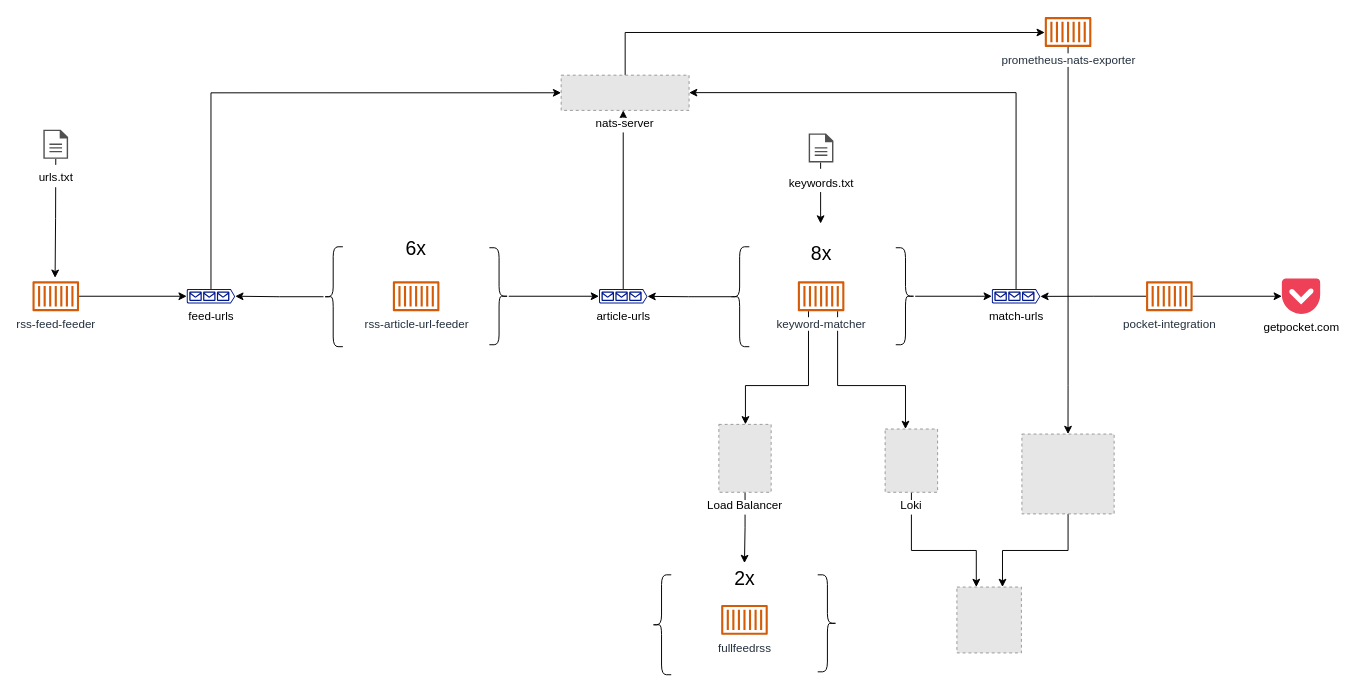
Above: architecture.drawio in heussd/nats-news-analysis (draw.io), before the change. Source tidied: cells renumbered, new cells numbered last; positions are measured from the earlier drawing's top-left corner, leaving out a move shared by most shapes. Both pictures are drawn from the tidied source at 97%, with x=0, y=0 at pixel (32, 16). Pictures stored in the file or linked from it are replaced by grey dashed boxes.
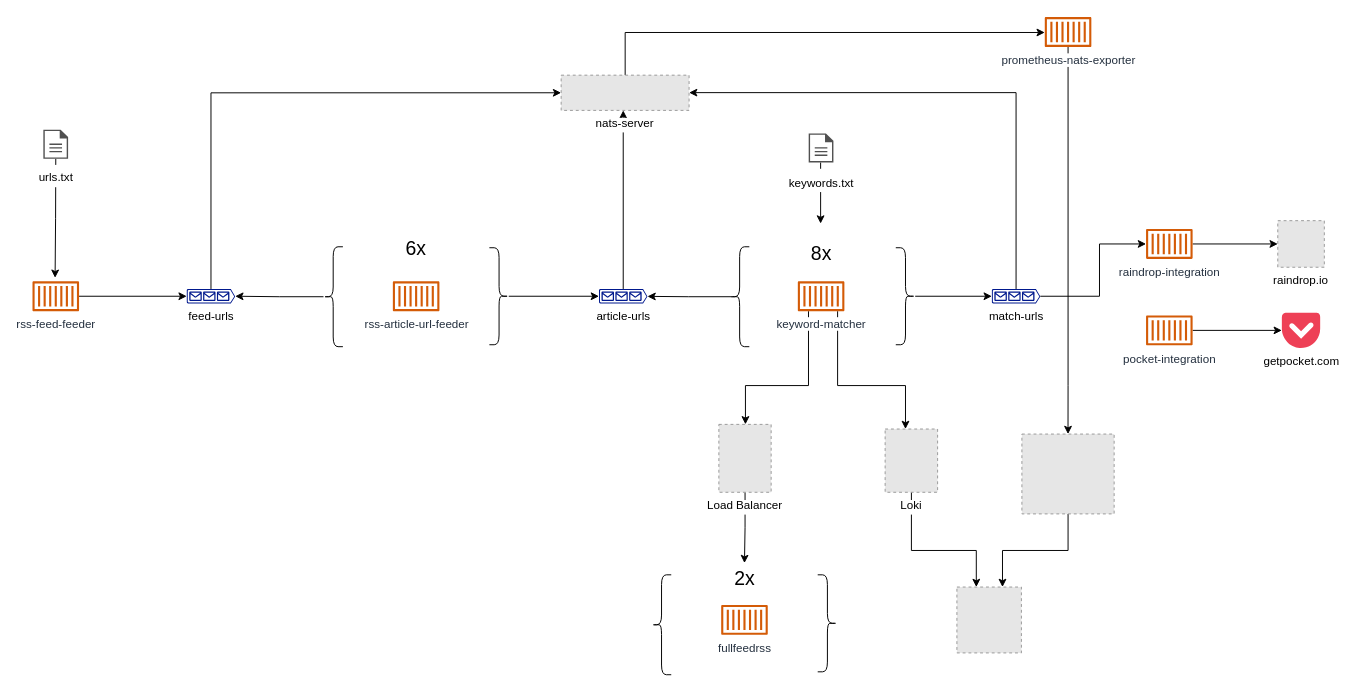
The same page after the edit.

Unchanged cells that the change refers to:
```xml
<mxCell id="15" value="match-urls" style="sketch=0;shadow=0;dashed=0;html=1;strokeColor=none;labelPosition=center;verticalLabelPosition=bottom;verticalAlign=top;align=center;fillColor=#00188D;shape=mxgraph.azure.queue_generic;" parent="1" vertex="1">
  <mxGeometry x="989" y="280.4" width="50" height="15" as="geometry" />
</mxCell>
```

Change to the diagram source:
```diff
@@
-    <mxCell id="13" style="edgeStyle=orthogonalEdgeStyle;rounded=0;jettySize=auto;html=1;entryX=1;entryY=0.51;entryDx=0;entryDy=0;entryPerimeter=0;" parent="1" edge="1" source="17" target="15">
-      <mxGeometry relative="1" as="geometry" />
-    </mxCell>
@@
+    <mxCell id="47" style="edgeStyle=orthogonalEdgeStyle;rounded=0;jettySize=auto;html=1;" parent="1" edge="1" source="15" target="50">
+      <mxGeometry relative="1" as="geometry">
+        <Array as="points">
+          <mxPoint x="1100" y="288" />
+          <mxPoint x="1100" y="234" />
+        </Array>
+      </mxGeometry>
+    </mxCell>
@@
     <mxCell id="17" value="pocket-integration" style="sketch=0;outlineConnect=0;fontColor=#232F3E;gradientColor=none;fillColor=#D45B07;strokeColor=none;dashed=0;verticalLabelPosition=bottom;verticalAlign=top;align=center;html=1;fontSize=12;fontStyle=0;shape=mxgraph.aws4.container_1;" parent="1" vertex="1">
-      <mxGeometry x="1148" y="272.4" width="48" height="31" as="geometry" />
+      <mxGeometry x="1148" y="307.6" width="48" height="31" as="geometry" />
     </mxCell>
     <mxCell id="18" value="getpocket.com" style="dashed=0;outlineConnect=0;html=1;align=center;labelPosition=center;verticalLabelPosition=bottom;verticalAlign=top;shape=mxgraph.weblogos.pocket;fillColor=#EE4056;strokeColor=none;" parent="1" vertex="1">
-      <mxGeometry x="1288" y="269.7" width="39.5" height="36.4" as="geometry" />
+      <mxGeometry x="1288" y="304.9" width="39.5" height="36.4" as="geometry" />
     </mxCell>
@@
+    <mxCell id="48" value="raindrop.io" style="fillColor=#E6E6E6;strokeColor=#999999;dashed=1;verticalLabelPosition=bottom;labelBackgroundColor=default;verticalAlign=top;" parent="1" vertex="1">
+      <mxGeometry x="1283.8" y="210" width="48" height="48" as="geometry" />
+    </mxCell>
+    <mxCell id="49" style="edgeStyle=orthogonalEdgeStyle;rounded=0;jettySize=auto;html=1;" parent="1" edge="1" source="50" target="48">
+      <mxGeometry relative="1" as="geometry" />
+    </mxCell>
+    <mxCell id="50" value="&lt;div&gt;raindrop-integration&lt;/div&gt;" style="sketch=0;outlineConnect=0;fontColor=#232F3E;gradientColor=none;fillColor=#D45B07;strokeColor=none;dashed=0;verticalLabelPosition=bottom;verticalAlign=top;align=center;html=1;fontSize=12;fontStyle=0;shape=mxgraph.aws4.container_1;" parent="1" vertex="1">
+      <mxGeometry x="1148" y="218.5" width="48" height="31" as="geometry" />
+    </mxCell>
```
